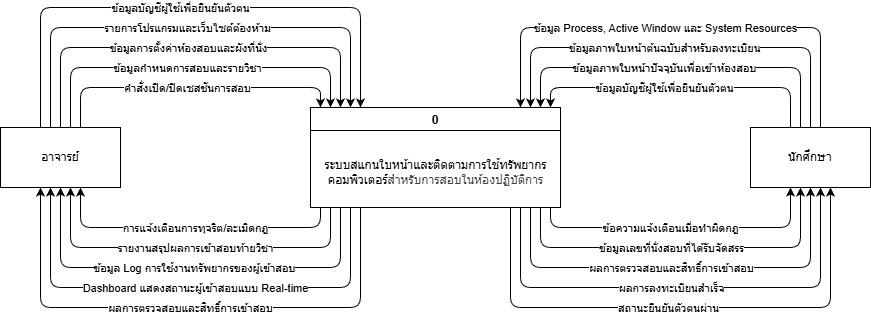
The draw.io diagram diagram_update/diagran_picture/context.png in PatcharaphonKoosomsarp/FACE-EXAM, before a commit. Source tidied: cells renumbered, new cells last; positions are measured from the earlier drawing's top-left corner, leaving out a move shared by most shapes.
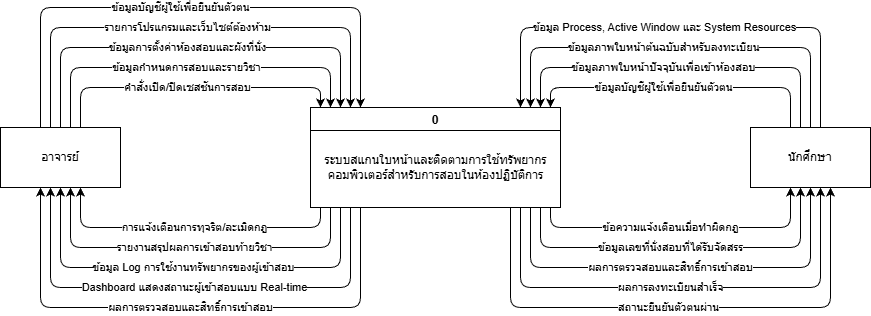
The same file after the commit.

Diff of the diagram source:
```diff
@@ -5,9 +5,9 @@
     <mxCell id="2" value="0" style="swimlane;" parent="1" vertex="1">
       <mxGeometry x="310" y="100" width="250" height="100" as="geometry" />
     </mxCell>
-    <mxCell id="3" value="&lt;p&gt;ระบบสแกนใบหน้าและติดตามการใช้ทรัพยากร&lt;br&gt;คอมพิวเตอร์&lt;span style=&quot;color: rgb(63, 63, 63); background-color: transparent;&quot;&gt;สำหรับการสอบในห้องปฏิบัติการ&lt;/span&gt;&lt;/p&gt;" style="text;html=1;align=center;verticalAlign=middle;strokeColor=none;fillColor=none;" parent="2" vertex="1">
-      <mxGeometry y="30" width="250" height="70" as="geometry" />
-    </mxCell>
+    <mxCell id="44" value="ระบบสแกนใบหน้าและติดตามการใช้ทรัพยากร&lt;br&gt;คอมพิวเตอร์สำหรับการสอบในห้องปฏิบัติการ" style="text;html=1;align=center;verticalAlign=middle;strokeColor=none;fillColor=none;" parent="2" vertex="1">
+      <mxGeometry y="40" width="250" height="40" as="geometry" />
+    </mxCell>
     <mxCell id="4" value="อาจารย์" style="whiteSpace=wrap;html=1;" parent="1" vertex="1">
       <mxGeometry y="120" width="120" height="60" as="geometry" />
     </mxCell>
```
